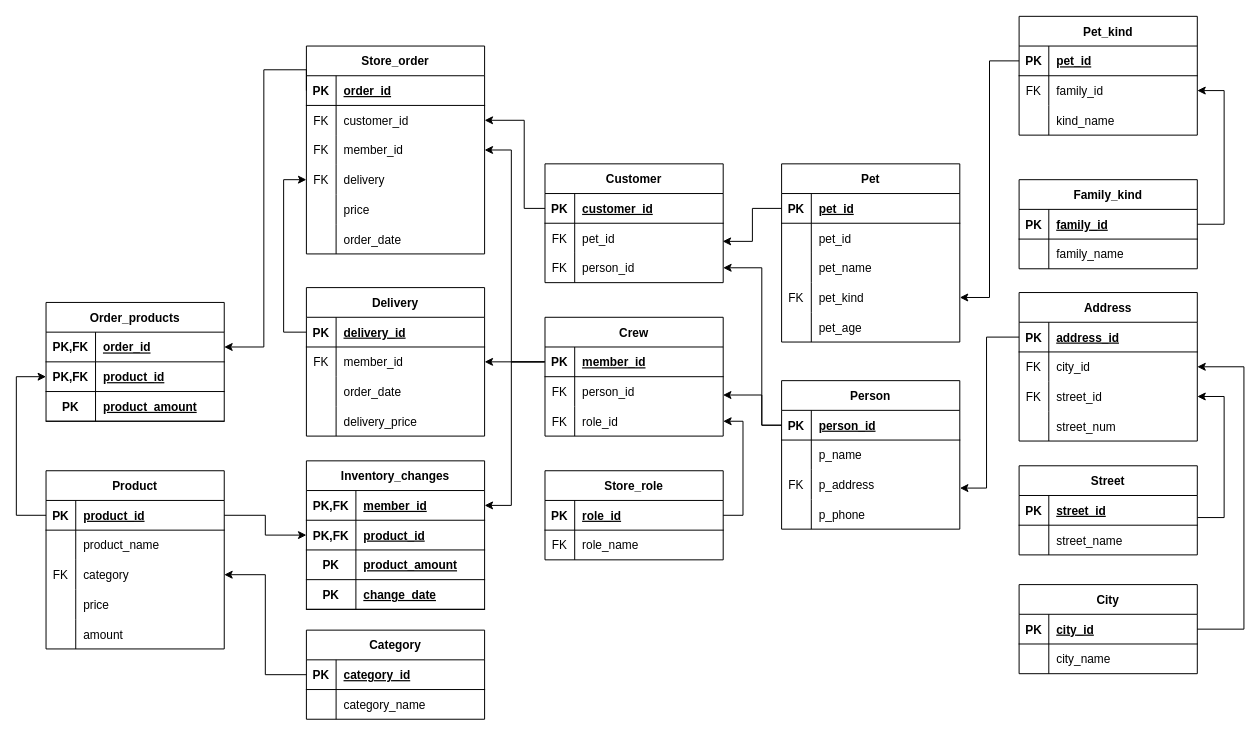
This is page 2 of 3 of pet_store.drawio from avivmoyal1/SQL_Project, a draw.io file, before an edit. Source tidied: cells renumbered, new cells numbered last; positions are measured from the earlier drawing's top-left corner, leaving out a move shared by most shapes. Both pictures are drawn from the tidied source at 99%, with x=0, y=0 at pixel (16, 16).
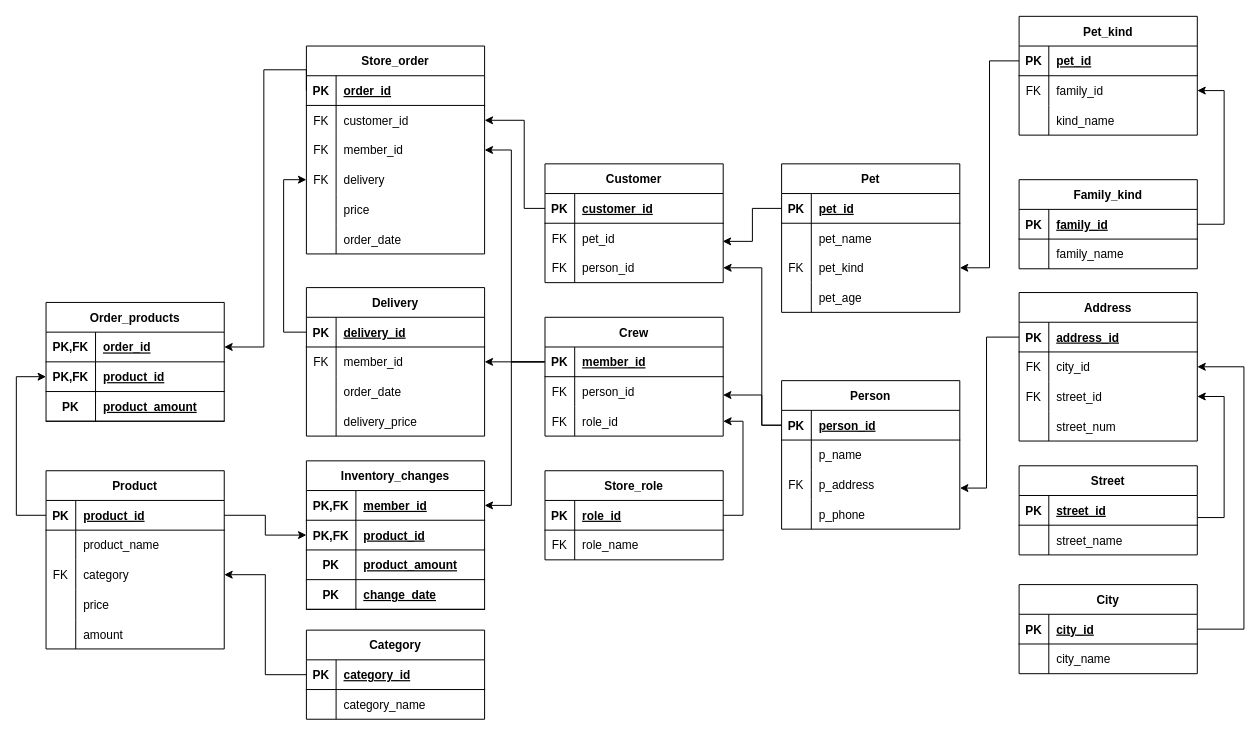
The same page after the edit.

Change to the diagram source:
```diff
@@
     <mxCell id="74" value="Pet" style="shape=table;startSize=30;childLayout=tableLayout;rowLines=0;fontStyle=1;align=center;" parent="1" vertex="1">
-      <mxGeometry x="773" y="149" width="180" height="180" as="geometry" />
+      <mxGeometry x="773" y="149" width="180" height="150" as="geometry" />
     </mxCell>
@@
-    <mxCell id="78" style="shape=tableRow;horizontal=0;startSize=0;swimlaneHead=0;swimlaneBody=0;fillColor=none;top=0;left=0;right=0;bottom=0;" parent="74" vertex="1">
-      <mxGeometry y="60" width="180" height="30" as="geometry" />
-    </mxCell>
-    <mxCell id="79" style="shape=partialRectangle;fillColor=none;top=0;left=0;bottom=0;right=0;overflow=hidden;" parent="78" vertex="1">
-      <mxGeometry width="30" height="30" as="geometry" />
-    </mxCell>
-    <mxCell id="80" value="pet_id" style="shape=partialRectangle;fillColor=none;top=0;left=0;bottom=0;right=0;align=left;spacingLeft=6;overflow=hidden;" parent="78" vertex="1">
-      <mxGeometry x="30" width="150" height="30" as="geometry" />
-    </mxCell>
     <mxCell id="81" style="shape=tableRow;horizontal=0;startSize=0;swimlaneHead=0;swimlaneBody=0;fillColor=none;top=0;left=0;right=0;bottom=0;" parent="74" vertex="1">
-      <mxGeometry y="90" width="180" height="30" as="geometry" />
+      <mxGeometry y="60" width="180" height="30" as="geometry" />
     </mxCell>
@@
     <mxCell id="84" style="shape=tableRow;horizontal=0;startSize=0;swimlaneHead=0;swimlaneBody=0;fillColor=none;points=[[0,0.5],[1,0.5]];portConstraint=eastwest;top=0;left=0;right=0;bottom=0;" parent="74" vertex="1">
-      <mxGeometry y="120" width="180" height="30" as="geometry" />
+      <mxGeometry y="90" width="180" height="30" as="geometry" />
     </mxCell>
@@
     <mxCell id="87" style="shape=tableRow;horizontal=0;startSize=0;swimlaneHead=0;swimlaneBody=0;fillColor=none;top=0;left=0;right=0;bottom=0;" parent="74" vertex="1">
-      <mxGeometry y="150" width="180" height="30" as="geometry" />
+      <mxGeometry y="120" width="180" height="30" as="geometry" />
     </mxCell>
```
